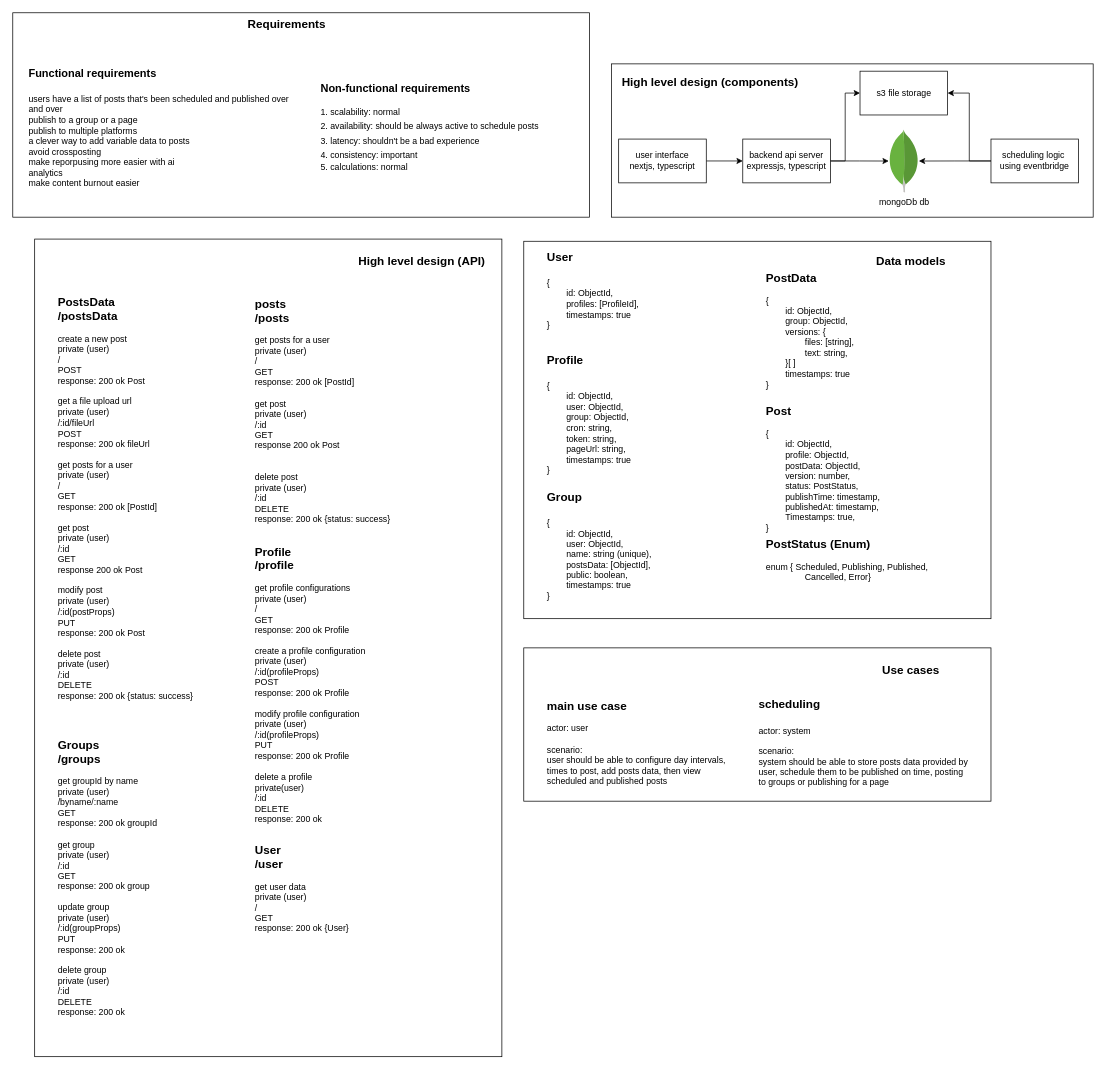
Before: page "high-level" (1 of 5) of auto-post.drawio in ahmed-elbehairy7/pamylka-system-design, a draw.io diagram. Source tidied: cells renumbered, new cells numbered last; positions are measured from the earlier drawing's top-left corner, leaving out a move shared by most shapes. Both pictures are drawn from the tidied source at 73%, with x=0, y=0 at pixel (12, 12).
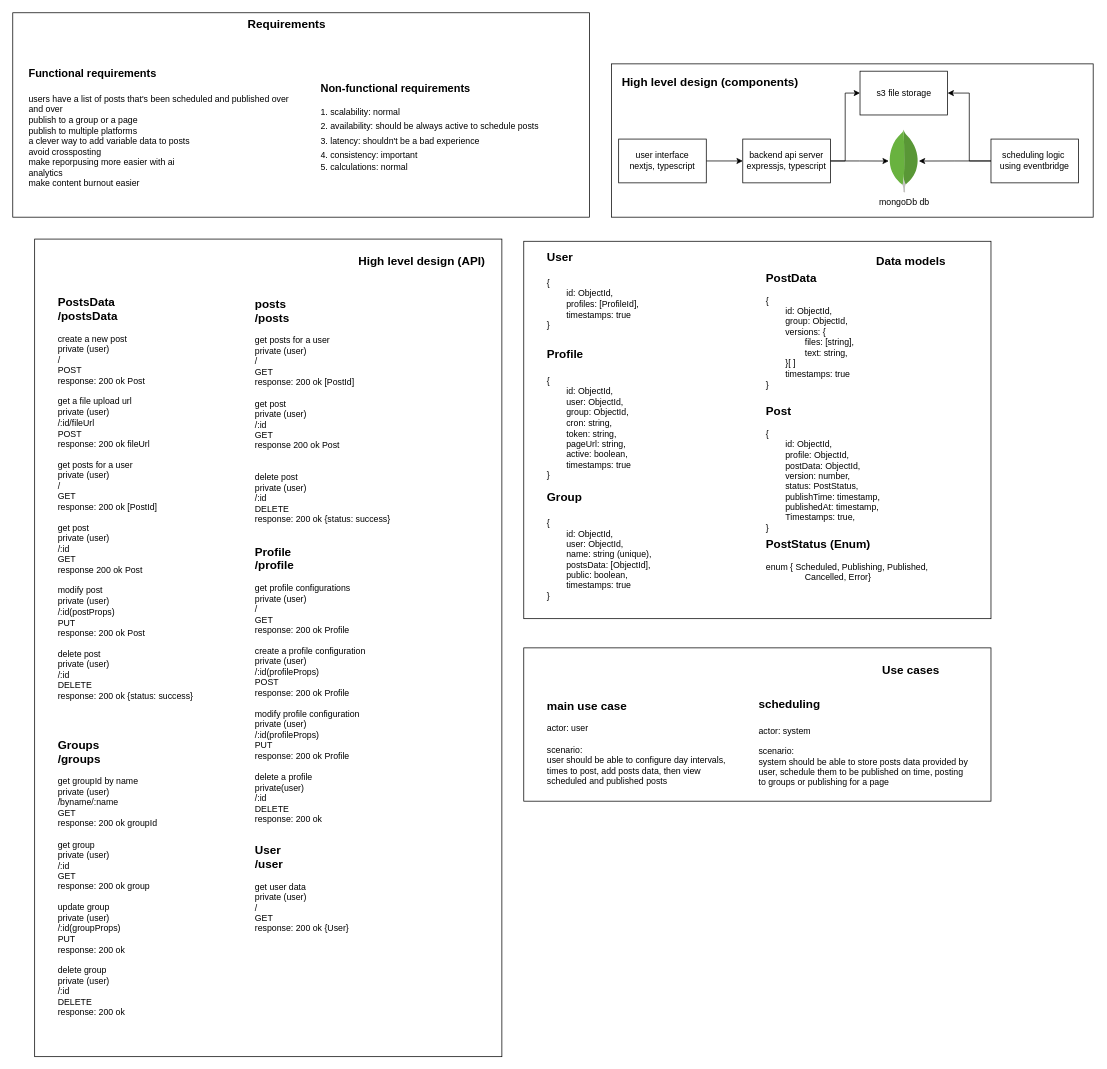
The same diagram, later.

Commit message:
updated profile model

Unchanged cells that the change refers to:
```xml
<mxCell id="33" style="group;" parent="1" vertex="1">
  <mxGeometry x="700" y="310" width="642" height="524" as="geometry" />
</mxCell>
```

Change to the diagram source:
```diff
@@
-    <mxCell id="40" value="&lt;div&gt;&lt;span style=&quot;font-size: 16px;&quot;&gt;&lt;b&gt;Profile&lt;/b&gt;&lt;/span&gt;&lt;/div&gt;&lt;div&gt;&lt;span style=&quot;font-size: 16px;&quot;&gt;&lt;b&gt;&lt;br&gt;&lt;/b&gt;&lt;/span&gt;&lt;/div&gt;&lt;div&gt;{&lt;/div&gt;&lt;div&gt;&lt;span style=&quot;white-space: pre;&quot;&gt;&#9;&lt;/span&gt;id: ObjectId,&lt;/div&gt;&lt;div&gt;&lt;span style=&quot;white-space: pre;&quot;&gt;&#9;&lt;/span&gt;user: ObjectId,&lt;br&gt;&lt;/div&gt;&lt;div&gt;&lt;span style=&quot;white-space: pre;&quot;&gt;&#9;&lt;/span&gt;group: ObjectId,&lt;br&gt;&lt;/div&gt;&lt;div&gt;&lt;span style=&quot;white-space: pre;&quot;&gt;&#9;&lt;/span&gt;cron: string,&lt;br&gt;&lt;/div&gt;&lt;div&gt;&lt;span style=&quot;white-space: pre;&quot;&gt;&#9;&lt;/span&gt;token: string,&lt;br&gt;&lt;/div&gt;&lt;div&gt;&lt;span style=&quot;white-space: pre;&quot;&gt;&#9;&lt;/span&gt;pageUrl: string,&lt;br&gt;&lt;/div&gt;&lt;div&gt;&lt;span style=&quot;background-color: transparent; white-space-collapse: preserve;&quot;&gt;&#9;&lt;/span&gt;&lt;span style=&quot;background-color: transparent;&quot;&gt;timestamps: true&lt;/span&gt;&lt;/div&gt;&lt;div&gt;}&lt;/div&gt;" style="text;html=1;align=left;verticalAlign=middle;strokeColor=none;fillColor=none;" parent="33" vertex="1">
-      <mxGeometry x="30" y="150" width="140" height="180" as="geometry" />
+    <mxCell id="40" value="&lt;div&gt;&lt;span style=&quot;font-size: 16px;&quot;&gt;&lt;b&gt;Profile&lt;/b&gt;&lt;/span&gt;&lt;/div&gt;&lt;div&gt;&lt;span style=&quot;font-size: 16px;&quot;&gt;&lt;b&gt;&lt;br&gt;&lt;/b&gt;&lt;/span&gt;&lt;/div&gt;&lt;div&gt;{&lt;/div&gt;&lt;div&gt;&lt;span style=&quot;white-space: pre;&quot;&gt;&#9;&lt;/span&gt;id: ObjectId,&lt;/div&gt;&lt;div&gt;&lt;span style=&quot;white-space: pre;&quot;&gt;&#9;&lt;/span&gt;user: ObjectId,&lt;br&gt;&lt;/div&gt;&lt;div&gt;&lt;span style=&quot;white-space: pre;&quot;&gt;&#9;&lt;/span&gt;group: ObjectId,&lt;br&gt;&lt;/div&gt;&lt;div&gt;&lt;span style=&quot;white-space: pre;&quot;&gt;&#9;&lt;/span&gt;cron: string,&lt;br&gt;&lt;/div&gt;&lt;div&gt;&lt;span style=&quot;white-space: pre;&quot;&gt;&#9;&lt;/span&gt;token: string,&lt;br&gt;&lt;/div&gt;&lt;div&gt;&lt;span style=&quot;white-space: pre;&quot;&gt;&#9;&lt;/span&gt;pageUrl: string,&lt;br&gt;&lt;/div&gt;&lt;div&gt;&lt;span style=&quot;white-space: pre;&quot;&gt;&#9;&lt;/span&gt;active: boolean,&lt;br&gt;&lt;/div&gt;&lt;div&gt;&lt;span style=&quot;background-color: transparent; white-space-collapse: preserve;&quot;&gt;&#9;&lt;/span&gt;&lt;span style=&quot;background-color: transparent;&quot;&gt;timestamps: true&lt;/span&gt;&lt;/div&gt;&lt;div&gt;}&lt;/div&gt;" style="text;html=1;align=left;verticalAlign=middle;strokeColor=none;fillColor=none;" parent="33" vertex="1">
+      <mxGeometry x="30" y="140" width="140" height="200" as="geometry" />
     </mxCell>
```
